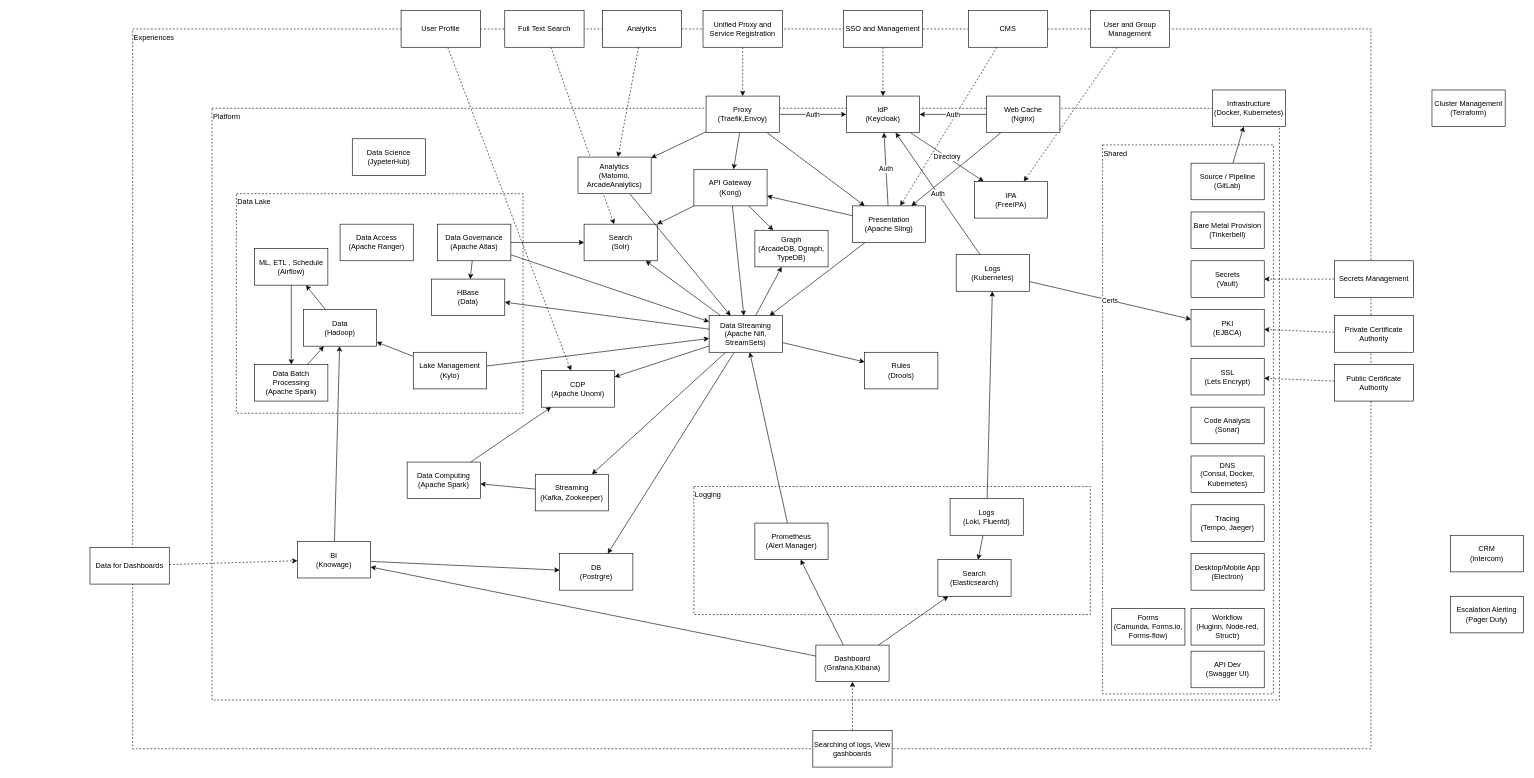
Above: page "Services" (1 of 2) of _gxp/diagrams/GXP-Architecture.drawio in governance-foundation/governance.foundation (draw.io), before the change. Source tidied: cells renumbered, new cells numbered last; positions are measured from the earlier drawing's top-left corner, leaving out a move shared by most shapes. Both pictures are drawn from the tidied source at 61%, with x=0, y=0 at pixel (90, 10).
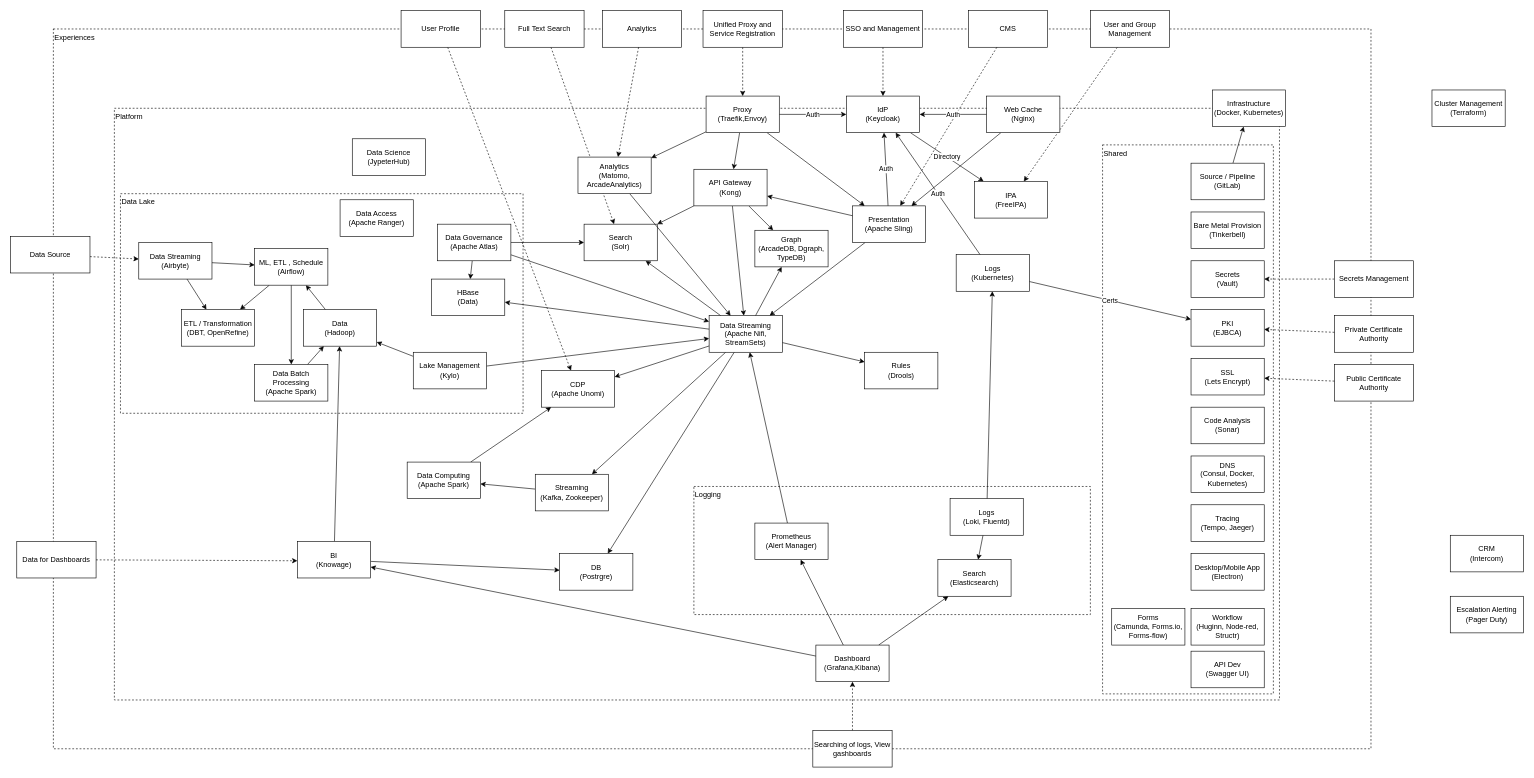
The same diagram, later.

The change refers to these unchanged cells:
```xml
<mxCell id="102" value="ML, ETL , Schedule&lt;br&gt;(Airflow)" style="rounded=0;whiteSpace=wrap;html=1;" parent="25" vertex="1">
  <mxGeometry x="270" y="390" width="120" height="60" as="geometry" />
</mxCell>
```

Change to the diagram source:
```diff
@@
     <mxCell id="2" value="Experiences" style="rounded=0;whiteSpace=wrap;html=1;fillColor=none;dashed=1;align=left;verticalAlign=top;" parent="1" vertex="1">
-      <mxGeometry x="70" y="30" width="2030" height="1180" as="geometry" />
+      <mxGeometry x="-60" y="30" width="2160" height="1180" as="geometry" />
     </mxCell>
@@
     <mxCell id="23" value="Data for Dashboards" style="rounded=0;whiteSpace=wrap;html=1;" parent="1" vertex="1">
-      <mxGeometry y="880" width="130" height="60" as="geometry" />
+      <mxGeometry x="-120" y="870" width="130" height="60" as="geometry" />
     </mxCell>
-    <mxCell id="24" style="edgeStyle=none;rounded=0;orthogonalLoop=1;jettySize=auto;html=1;dashed=1;" parent="1" edge="1">
+    <mxCell id="24" style="edgeStyle=none;rounded=0;jettySize=auto;html=1;dashed=1;" parent="1" edge="1" source="23">
       <mxGeometry relative="1" as="geometry">
-        <mxPoint x="130" y="908.1" as="sourcePoint" />
         <mxPoint x="340" y="901.8" as="targetPoint" />
       </mxGeometry>
     </mxCell>
+    <mxCell id="119" style="rounded=0;jettySize=auto;html=1;" parent="1" edge="1" source="102" target="124">
+      <mxGeometry relative="1" as="geometry" />
+    </mxCell>
+    <mxCell id="120" style="edgeStyle=none;rounded=0;jettySize=auto;html=1;dashed=1;" parent="1" edge="1" source="121" target="125">
+      <mxGeometry relative="1" as="geometry" />
+    </mxCell>
+    <mxCell id="121" value="Data Source" style="rounded=0;whiteSpace=wrap;html=1;" parent="1" vertex="1">
+      <mxGeometry x="-130" y="370" width="130" height="60" as="geometry" />
+    </mxCell>
+    <mxCell id="122" style="edgeStyle=none;rounded=0;jettySize=auto;html=1;" parent="1" edge="1" source="125" target="102">
+      <mxGeometry relative="1" as="geometry" />
+    </mxCell>
+    <mxCell id="123" style="edgeStyle=none;rounded=0;jettySize=auto;html=1;" parent="1" edge="1" source="125" target="124">
+      <mxGeometry relative="1" as="geometry" />
+    </mxCell>
@@
     <mxCell id="26" value="Platform" style="rounded=0;whiteSpace=wrap;html=1;fillColor=none;dashed=1;align=left;verticalAlign=top;" parent="25" vertex="1">
-      <mxGeometry x="200" y="160" width="1750" height="970" as="geometry" />
+      <mxGeometry x="40" y="160" width="1910" height="970" as="geometry" />
     </mxCell>
@@
     <mxCell id="29" value="Data Lake" style="rounded=0;whiteSpace=wrap;html=1;fillColor=none;dashed=1;verticalAlign=top;align=left;" parent="25" vertex="1">
-      <mxGeometry x="240" y="300" width="470" height="360" as="geometry" />
+      <mxGeometry x="50" y="300" width="660" height="360" as="geometry" />
     </mxCell>
@@
     <mxCell id="92" value="&lt;div&gt;Data Access&lt;/div&gt;&lt;div&gt;(Apache Ranger)&lt;/div&gt;" style="rounded=0;whiteSpace=wrap;html=1;" parent="25" vertex="1">
-      <mxGeometry x="410" y="350" width="120" height="60" as="geometry" />
+      <mxGeometry x="410" y="310" width="120" height="60" as="geometry" />
     </mxCell>
@@
+    <mxCell id="124" value="ETL / Transformation&lt;br&gt;(DBT, OpenRefine)" style="rounded=0;whiteSpace=wrap;html=1;" parent="25" vertex="1">
+      <mxGeometry x="150" y="490" width="120" height="60" as="geometry" />
+    </mxCell>
+    <mxCell id="125" value="Data Streaming&lt;br&gt;(Airbyte)" style="rounded=0;whiteSpace=wrap;html=1;" parent="25" vertex="1">
+      <mxGeometry x="80" y="380" width="120" height="60" as="geometry" />
+    </mxCell>
```
